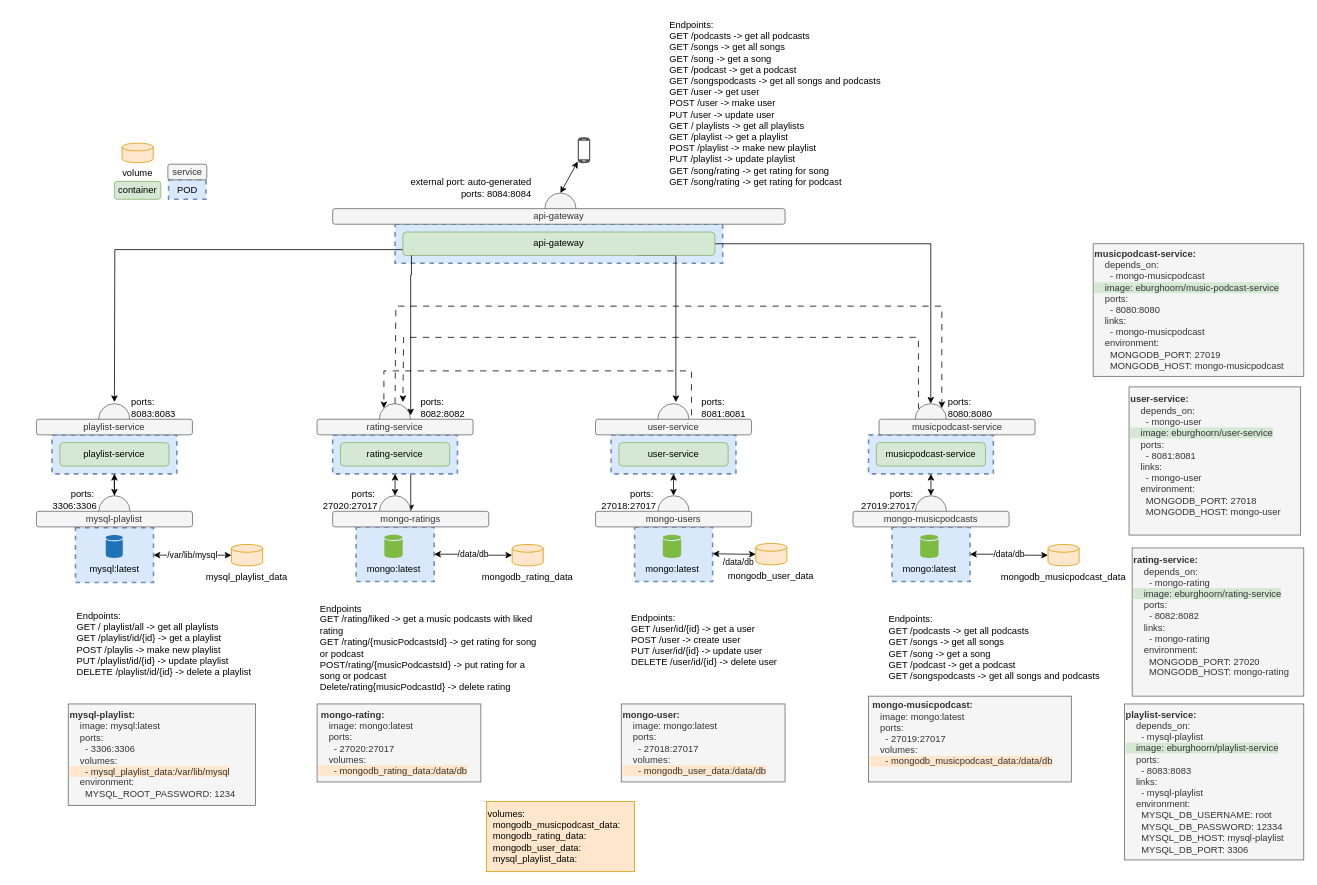
Earlier version of the draw.io diagram muziekservice.drawio (EvaBurghoorn/ProjectEDE_muziekservice). Source tidied: cells renumbered, new cells numbered last; positions are measured from the earlier drawing's top-left corner, leaving out a move shared by most shapes. Both pictures are drawn from the tidied source at 78%, with x=0, y=0 at pixel (13, 13).
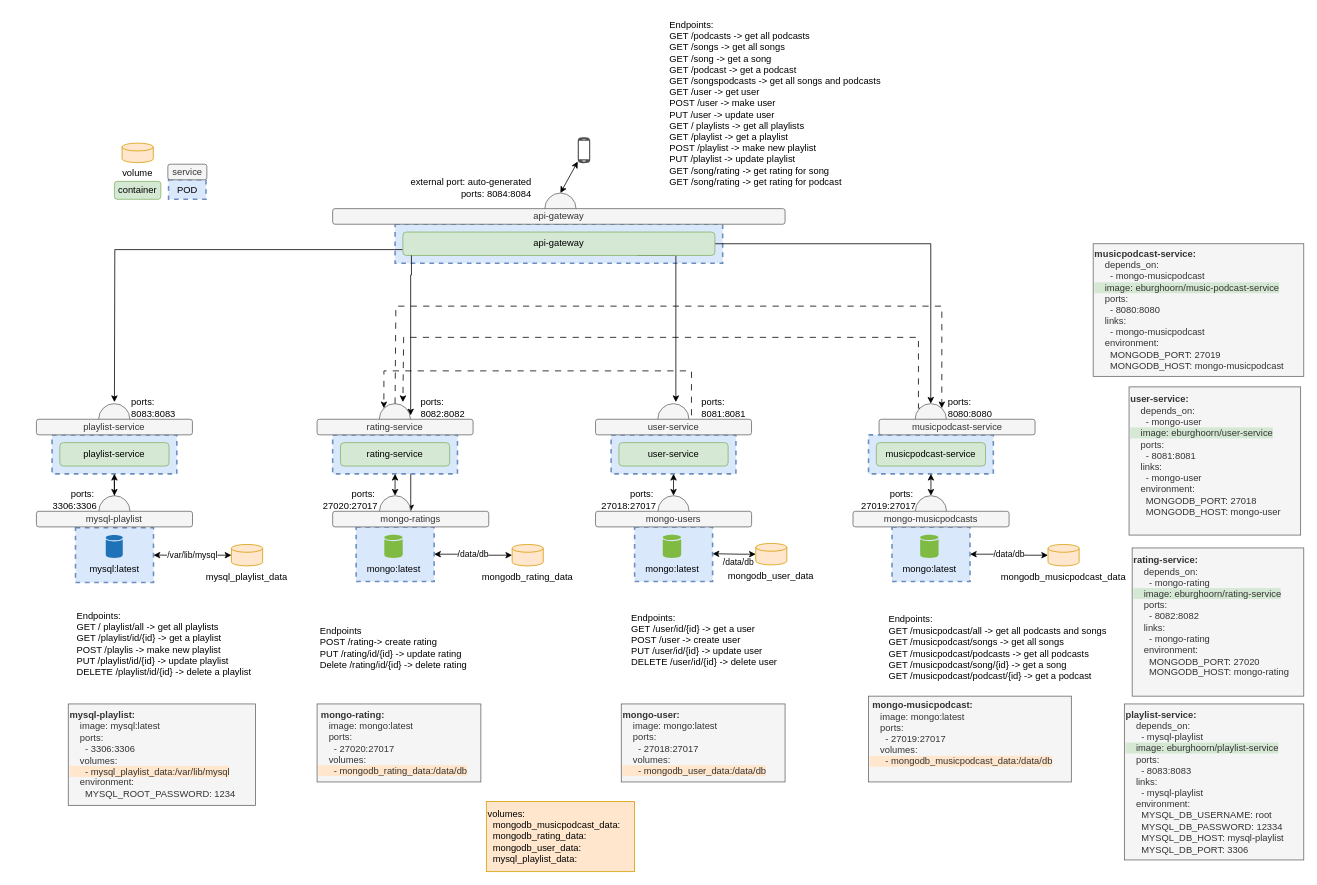
The same page after the edit.

The edit, as a diff of the source:
```diff
@@
-    <mxCell id="71" value="Endpoints:&lt;br&gt;GET /podcasts -&amp;gt; get all podcasts&lt;br&gt;GET /songs -&amp;gt; get all songs&lt;br&gt;GET /song -&amp;gt; get a song&lt;br&gt;GET /podcast -&amp;gt; get a podcast&lt;br&gt;GET /songspodcasts -&amp;gt; get all songs and podcasts&lt;br&gt;" style="text;html=1;strokeColor=none;fillColor=none;align=left;verticalAlign=middle;whiteSpace=wrap;rounded=0;" parent="1" vertex="1">
+    <mxCell id="71" value="Endpoints:&lt;br&gt;GET /musicpodcast/all -&amp;gt; get all podcasts and songs&lt;br&gt;GET /musicpodcast/songs -&amp;gt; get all songs&lt;br&gt;GET /musicpodcast/podcasts -&amp;gt; get all podcasts&lt;br&gt;GET /musicpodcast/song/{id} -&amp;gt; get a song&lt;br&gt;GET /musicpodcast/podcast/{id} -&amp;gt; get a podcast" style="text;html=1;strokeColor=none;fillColor=none;align=left;verticalAlign=middle;whiteSpace=wrap;rounded=0;" parent="1" vertex="1">
       <mxGeometry x="1120" y="768" width="290" height="90" as="geometry" />
     </mxCell>
@@
-    <mxCell id="73" value="Endpoints&lt;br&gt;GET /rating/liked -&amp;gt; get a music podcasts with liked rating&lt;br&gt;GET /rating/{musicPodcastsId} -&amp;gt; get rating for song or podcast&lt;br&gt;POST/rating/{musicPodcastsId} -&amp;gt; put rating for a song or podcast&lt;br&gt;Delete/rating{musicPodcastId} -&amp;gt; delete rating" style="text;html=1;strokeColor=none;fillColor=none;align=left;verticalAlign=middle;whiteSpace=wrap;rounded=0;" parent="1" vertex="1">
+    <mxCell id="73" value="Endpoints&lt;br&gt;POST /rating-&amp;gt; create rating&lt;br&gt;PUT /rating/id/{id} -&amp;gt; update rating&lt;br&gt;Delete /rating/id/{id} -&amp;gt; delete rating" style="text;html=1;strokeColor=none;fillColor=none;align=left;verticalAlign=middle;whiteSpace=wrap;rounded=0;" parent="1" vertex="1">
       <mxGeometry x="391" y="793" width="290" height="40" as="geometry" />
     </mxCell>
```
